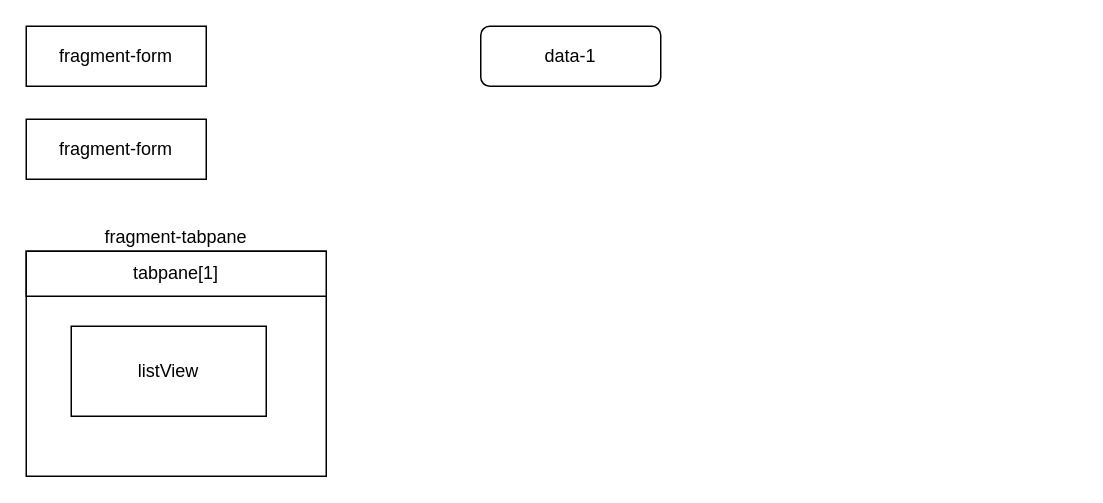
Above: page "View" (1 of 4) of 动态开发系统.drawio in JefferNew/data2wisdom (draw.io), before the change. Source tidied: cells renumbered, new cells numbered last; positions are measured from the earlier drawing's top-left corner, leaving out a move shared by most shapes. Both pictures are drawn from the tidied source at 150%, with x=0, y=0 at pixel (26, 26).
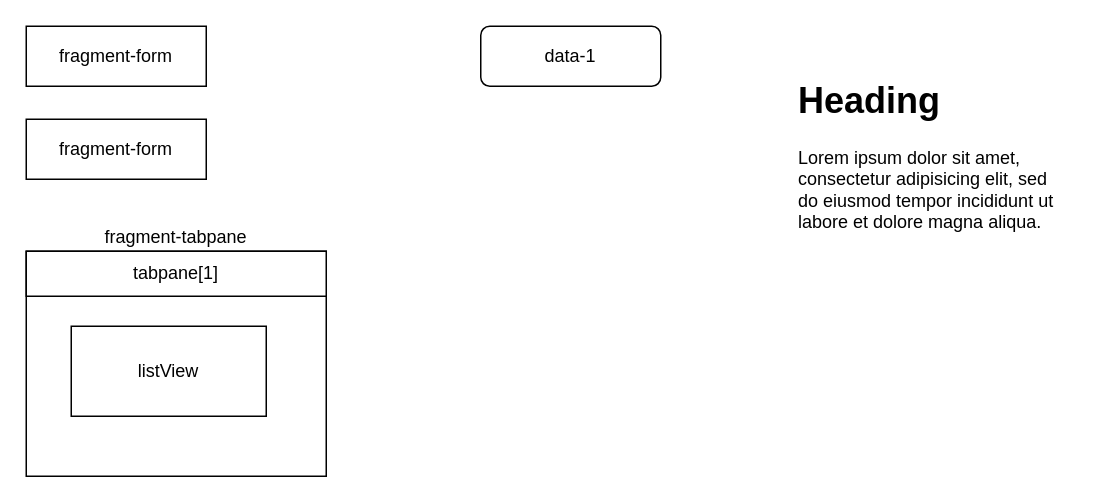
The same diagram, later.

What changed in the source:
```diff
@@
 <mxGraphModel>
   <root>
     <mxCell id="0" />
     <mxCell id="1" parent="0" />
     <mxCell id="2" value="fragment-form" style="rounded=0;whiteSpace=wrap;html=1;" parent="1" vertex="1">
       <mxGeometry width="120" height="40" as="geometry" />
     </mxCell>
     <mxCell id="3" value="fragment-form" style="rounded=0;whiteSpace=wrap;html=1;" parent="1" vertex="1">
       <mxGeometry y="62" width="120" height="40" as="geometry" />
     </mxCell>
     <mxCell id="4" value="fragment-tabpane" style="rounded=0;whiteSpace=wrap;html=1;labelPosition=center;verticalLabelPosition=top;align=center;verticalAlign=bottom;" parent="1" vertex="1">
       <mxGeometry y="150" width="200" height="150" as="geometry" />
     </mxCell>
     <mxCell id="5" value="data-1" style="rounded=1;whiteSpace=wrap;html=1;" parent="1" vertex="1">
       <mxGeometry x="303" width="120" height="40" as="geometry" />
     </mxCell>
     <mxCell id="6" value="listView" style="rounded=0;whiteSpace=wrap;html=1;" parent="1" vertex="1">
       <mxGeometry x="30" y="200" width="130" height="60" as="geometry" />
     </mxCell>
     <mxCell id="7" value="tabpane[1]" style="rounded=0;whiteSpace=wrap;html=1;" parent="1" vertex="1">
       <mxGeometry y="150" width="200" height="30" as="geometry" />
     </mxCell>
+    <mxCell id="8" value="&lt;h1&gt;Heading&lt;/h1&gt;&lt;p&gt;Lorem ipsum dolor sit amet, consectetur adipisicing elit, sed do eiusmod tempor incididunt ut labore et dolore magna aliqua.&lt;/p&gt;" style="text;html=1;strokeColor=none;fillColor=none;spacing=5;spacingTop=-20;whiteSpace=wrap;overflow=hidden;rounded=0;" parent="1" vertex="1">
+      <mxGeometry x="510" y="30" width="190" height="120" as="geometry" />
+    </mxCell>
   </root>
 </mxGraphModel>
```
